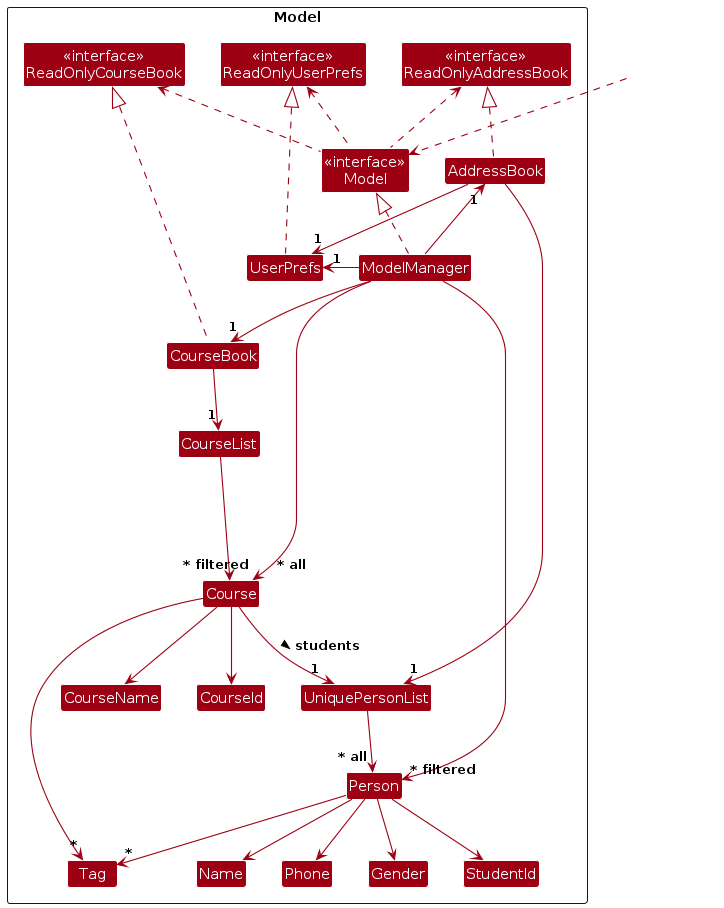
This is diagrams/ModelClassDiagram.png from desmondwong1215/tp, a PlantUML export, as it was before one commit. Its source is kept beside it as diagrams/ModelClassDiagram.puml.
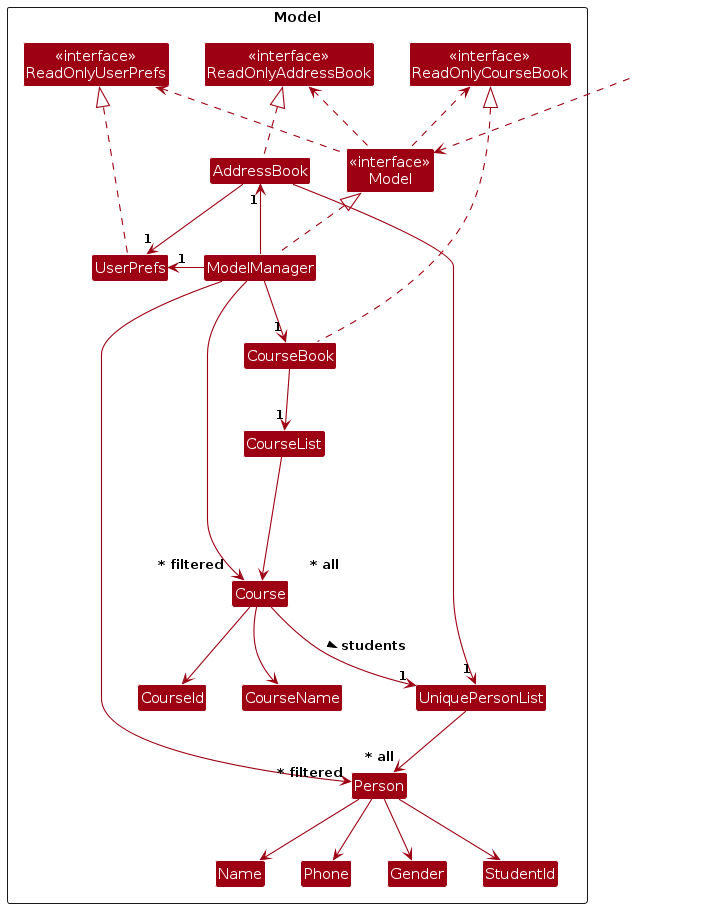
After the commit.

The edit, as a diff of the source:
```diff
@@ -20,7 +20,6 @@
     Class Phone
     Class Gender
     Class StudentId
-    Class Tag
 
     Class CourseList
     Class Course
@@ -52,14 +51,13 @@
 Person --> Phone
 Person --> Gender
 Person --> StudentId
-Person --> "*" Tag
 
 CourseBook --> "1" CourseList
 CourseList --> "       ~* all" Course
 Course --> CourseName
 Course --> CourseId
 Course --> "1" UniquePersonList : students >
-Course --> "*" Tag
+
 
 Person -[hidden]up--> I
 UniquePersonList -[hidden]right-> I
```
